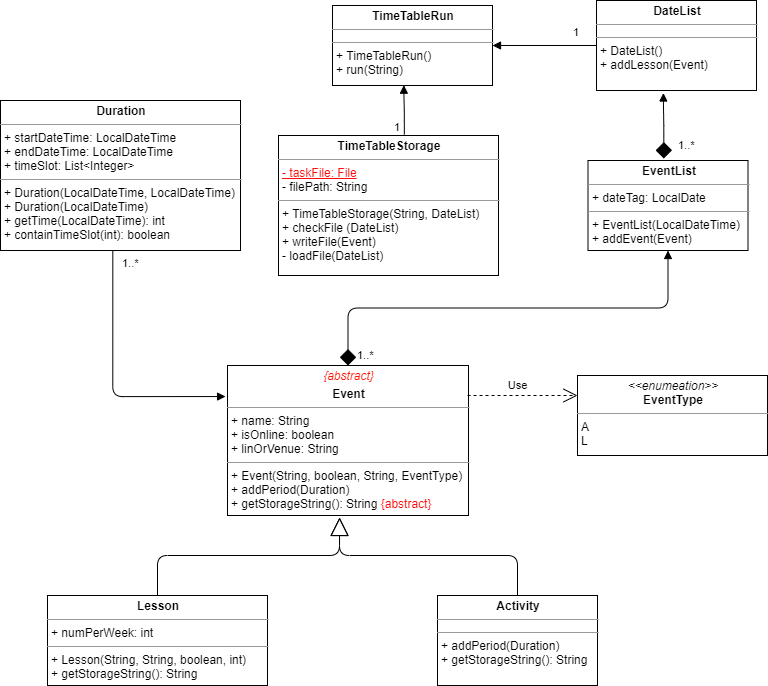
This is docs/Images/TimeTable class diagram.png from nus-cs2113-AY2021S1/tp, a draw.io export, as it was before one commit. Source tidied: cells renumbered, new cells last; positions are measured from the earlier drawing's top-left corner, leaving out a move shared by most shapes.
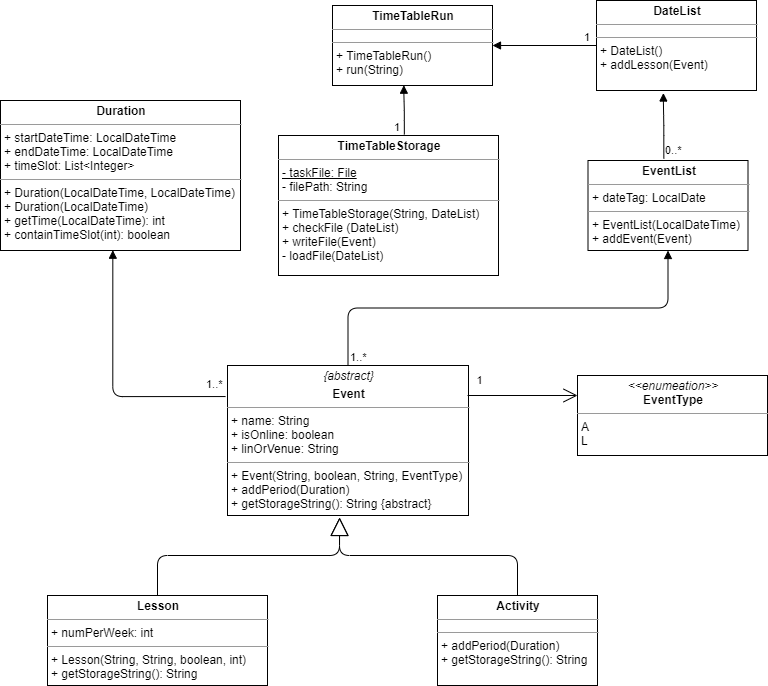
After the change.

Change to the diagram source:
```diff
@@ -2,7 +2,7 @@
   <root>
     <mxCell id="0" />
     <mxCell id="1" parent="0" />
-    <mxCell id="2" value="&lt;p style=&quot;margin: 0px ; margin-top: 4px ; text-align: center&quot;&gt;&lt;i&gt;&lt;font color=&quot;#ff1100&quot;&gt;{abstract}&lt;/font&gt;&lt;/i&gt;&lt;/p&gt;&lt;p style=&quot;margin: 0px ; margin-top: 4px ; text-align: center&quot;&gt;&lt;b&gt;Event&lt;/b&gt;&lt;/p&gt;&lt;hr size=&quot;1&quot;&gt;&lt;p style=&quot;margin: 0px ; margin-left: 4px&quot;&gt;+ name: String&lt;br&gt;+ isOnline: boolean&lt;/p&gt;&lt;p style=&quot;margin: 0px ; margin-left: 4px&quot;&gt;+ linOrVenue: String&lt;/p&gt;&lt;hr size=&quot;1&quot;&gt;&lt;p style=&quot;margin: 0px ; margin-left: 4px&quot;&gt;+ Event(String, boolean, String, EventType)&lt;br&gt;+ addPeriod(Duration)&lt;/p&gt;&lt;p style=&quot;margin: 0px ; margin-left: 4px&quot;&gt;+ getStorageString(): String&amp;nbsp;&lt;font color=&quot;#ff0808&quot;&gt;{abstract}&lt;/font&gt;&lt;/p&gt;" style="verticalAlign=top;align=left;overflow=fill;fontSize=12;fontFamily=Helvetica;html=1;" parent="1" vertex="1">
+    <mxCell id="2" value="&lt;p style=&quot;margin: 0px ; margin-top: 4px ; text-align: center&quot;&gt;&lt;i&gt;{abstract}&lt;/i&gt;&lt;/p&gt;&lt;p style=&quot;margin: 0px ; margin-top: 4px ; text-align: center&quot;&gt;&lt;b&gt;Event&lt;/b&gt;&lt;/p&gt;&lt;hr size=&quot;1&quot;&gt;&lt;p style=&quot;margin: 0px ; margin-left: 4px&quot;&gt;+ name: String&lt;br&gt;+ isOnline: boolean&lt;/p&gt;&lt;p style=&quot;margin: 0px ; margin-left: 4px&quot;&gt;+ linOrVenue: String&lt;/p&gt;&lt;hr size=&quot;1&quot;&gt;&lt;p style=&quot;margin: 0px ; margin-left: 4px&quot;&gt;+ Event(String, boolean, String, EventType)&lt;br&gt;+ addPeriod(Duration)&lt;/p&gt;&lt;p style=&quot;margin: 0px ; margin-left: 4px&quot;&gt;+ getStorageString(): String&amp;nbsp;{abstract}&lt;/p&gt;" style="verticalAlign=top;align=left;overflow=fill;fontSize=12;fontFamily=Helvetica;html=1;" parent="1" vertex="1">
       <mxGeometry x="227" y="365" width="241" height="150" as="geometry" />
     </mxCell>
     <mxCell id="3" value="Extends" style="endArrow=block;endSize=16;endFill=0;entryX=0.465;entryY=1.013;entryDx=0;entryDy=0;entryPerimeter=0;html=1;fontColor=#FFFFFF;exitX=0.5;exitY=0;exitDx=0;exitDy=0;" parent="1" edge="1" source="5" target="2">
@@ -33,13 +33,13 @@
     <mxCell id="7" value="&lt;p style=&quot;margin: 0px ; margin-top: 4px ; text-align: center&quot;&gt;&lt;i&gt;&amp;lt;&amp;lt;enumeation&amp;gt;&amp;gt;&lt;/i&gt;&lt;br&gt;&lt;b&gt;EventType&lt;/b&gt;&lt;/p&gt;&lt;hr size=&quot;1&quot;&gt;&lt;p style=&quot;margin: 0px ; margin-left: 4px&quot;&gt;A&lt;br&gt;L&lt;/p&gt;" style="verticalAlign=top;align=left;overflow=fill;fontSize=12;fontFamily=Helvetica;html=1;strokeColor=#000000;" parent="1" vertex="1">
       <mxGeometry x="577" y="375" width="190" height="80" as="geometry" />
     </mxCell>
-    <mxCell id="8" value="Use" style="endArrow=open;endSize=12;dashed=1;html=1;fontColor=#050001;exitX=0.996;exitY=0.2;exitDx=0;exitDy=0;exitPerimeter=0;entryX=0;entryY=0.25;entryDx=0;entryDy=0;" parent="1" edge="1" source="2" target="7">
-      <mxGeometry x="-0.09" y="10" relative="1" as="geometry" />
+    <mxCell id="8" value="1" style="endArrow=open;endSize=12;html=1;fontColor=#050001;exitX=0.996;exitY=0.2;exitDx=0;exitDy=0;exitPerimeter=0;entryX=0;entryY=0.25;entryDx=0;entryDy=0;" parent="1" edge="1" source="2" target="7">
+      <mxGeometry x="-0.78" y="15" relative="1" as="geometry" />
     </mxCell>
     <mxCell id="9" value="&lt;p style=&quot;margin: 0px ; margin-top: 4px ; text-align: center&quot;&gt;&lt;b&gt;Duration&lt;/b&gt;&lt;/p&gt;&lt;hr size=&quot;1&quot;&gt;&lt;p style=&quot;margin: 0px ; margin-left: 4px&quot;&gt;+ startDateTime: LocalDateTime&lt;/p&gt;&lt;p style=&quot;margin: 0px ; margin-left: 4px&quot;&gt;+ endDateTime: LocalDateTime&lt;/p&gt;&lt;p style=&quot;margin: 0px ; margin-left: 4px&quot;&gt;+ timeSlot: List&amp;lt;Integer&amp;gt;&lt;/p&gt;&lt;hr size=&quot;1&quot;&gt;&lt;p style=&quot;margin: 0px ; margin-left: 4px&quot;&gt;+ Duration(LocalDateTime, LocalDateTime)&lt;/p&gt;&lt;p style=&quot;margin: 0px ; margin-left: 4px&quot;&gt;+ Duration(LocalDateTime)&lt;/p&gt;&lt;p style=&quot;margin: 0px ; margin-left: 4px&quot;&gt;+ getTime(LocalDateTime): int&lt;/p&gt;&lt;p style=&quot;margin: 0px ; margin-left: 4px&quot;&gt;+ containTimeSlot(int): boolean&lt;/p&gt;" style="verticalAlign=top;align=left;overflow=fill;fontSize=12;fontFamily=Helvetica;html=1;strokeColor=#000000;" parent="1" vertex="1">
       <mxGeometry y="100" width="240" height="150" as="geometry" />
     </mxCell>
-    <mxCell id="10" style="endArrow=block;endFill=1;html=1;edgeStyle=orthogonalEdgeStyle;align=left;verticalAlign=top;fontColor=#050001;entryX=-0.008;entryY=0.207;entryDx=0;entryDy=0;entryPerimeter=0;exitX=0.468;exitY=0.998;exitDx=0;exitDy=0;exitPerimeter=0;" parent="1" edge="1" source="9" target="2">
+    <mxCell id="10" style="endArrow=block;endFill=1;html=1;edgeStyle=orthogonalEdgeStyle;align=left;verticalAlign=top;fontColor=#050001;entryX=0.468;entryY=0.998;entryDx=0;entryDy=0;entryPerimeter=0;exitX=-0.008;exitY=0.207;exitDx=0;exitDy=0;exitPerimeter=0;" parent="1" edge="1" source="2" target="9">
       <mxGeometry x="-1" relative="1" as="geometry">
         <Array as="points">
           <mxPoint x="112" y="396" />
@@ -48,19 +48,17 @@
     </mxCell>
     <mxCell id="11" value="1..*" style="edgeLabel;html=1;align=left;verticalAlign=bottom;" parent="10" vertex="1">
       <mxGeometry x="-1" relative="1" as="geometry">
-        <mxPoint x="7.7" y="21.3" as="offset" />
+        <mxPoint x="-21.1" y="-4.1" as="offset" />
       </mxGeometry>
     </mxCell>
     <mxCell id="12" value="&lt;p style=&quot;margin: 0px ; margin-top: 4px ; text-align: center&quot;&gt;&lt;b&gt;EventList&lt;/b&gt;&lt;/p&gt;&lt;hr size=&quot;1&quot;&gt;&lt;p style=&quot;margin: 0px ; margin-left: 4px&quot;&gt;+ dateTag: LocalDate&lt;/p&gt;&lt;hr size=&quot;1&quot;&gt;&lt;p style=&quot;margin: 0px ; margin-left: 4px&quot;&gt;+ EventList(LocalDateTime)&lt;/p&gt;&lt;p style=&quot;margin: 0px ; margin-left: 4px&quot;&gt;+ addEvent(Event)&lt;/p&gt;" style="verticalAlign=top;align=left;overflow=fill;fontSize=12;fontFamily=Helvetica;html=1;strokeColor=#000000;" parent="1" vertex="1">
       <mxGeometry x="587.5" y="160" width="160" height="90" as="geometry" />
     </mxCell>
-    <mxCell id="13" style="endArrow=block;endFill=1;html=1;edgeStyle=orthogonalEdgeStyle;align=left;verticalAlign=top;fontColor=#050001;entryX=0.5;entryY=1;entryDx=0;entryDy=0;exitX=0.5;exitY=0;exitDx=0;exitDy=0;startArrow=diamond;startFill=1;startSize=14;" parent="1" edge="1" source="2" target="12">
+    <mxCell id="13" style="endArrow=block;endFill=1;html=1;edgeStyle=orthogonalEdgeStyle;align=left;verticalAlign=top;fontColor=#050001;entryX=0.5;entryY=1;entryDx=0;entryDy=0;exitX=0.5;exitY=0;exitDx=0;exitDy=0;" parent="1" edge="1" source="2" target="12">
       <mxGeometry x="-1" relative="1" as="geometry" />
     </mxCell>
     <mxCell id="14" value="1..*" style="edgeLabel;html=1;align=left;verticalAlign=bottom;" parent="13" vertex="1">
-      <mxGeometry x="-1" relative="1" as="geometry">
-        <mxPoint x="7.5" y="-2" as="offset" />
-      </mxGeometry>
+      <mxGeometry x="-1" relative="1" as="geometry" />
     </mxCell>
     <mxCell id="15" value="&lt;p style=&quot;margin: 0px ; margin-top: 4px ; text-align: center&quot;&gt;&lt;b&gt;DateList&lt;/b&gt;&lt;/p&gt;&lt;hr size=&quot;1&quot;&gt;&lt;p style=&quot;margin: 0px 0px 0px 4px ; line-height: 0% ; font-size: 1px&quot;&gt;&lt;br&gt;&lt;/p&gt;&lt;hr size=&quot;1&quot;&gt;&lt;p style=&quot;margin: 0px ; margin-left: 4px&quot;&gt;+ DateList()&lt;/p&gt;&lt;p style=&quot;margin: 0px ; margin-left: 4px&quot;&gt;+ addLesson(Event)&lt;/p&gt;" style="verticalAlign=top;align=left;overflow=fill;fontSize=12;fontFamily=Helvetica;html=1;strokeColor=#000000;" parent="1" vertex="1">
       <mxGeometry x="596" width="160" height="90" as="geometry" />
@@ -68,26 +66,24 @@
     <mxCell id="16" value="&lt;span style=&quot;color: rgba(0 , 0 , 0 , 0) ; font-family: monospace ; font-size: 0px&quot;&gt;%3CmxGraphModel%3E%3Croot%3E%3CmxCell%20id%3D%220%22%2F%3E%3CmxCell%20id%3D%221%22%20parent%3D%220%22%2F%3E%3CmxCell%20id%3D%222%22%20value%3D%22%22%20style%3D%22endArrow%3Dblock%3BendFill%3D1%3Bhtml%3D1%3BedgeStyle%3DorthogonalEdgeStyle%3Balign%3Dleft%3BverticalAlign%3Dtop%3BfontColor%3D%23050001%3BentryX%3D0.5%3BentryY%3D1%3BentryDx%3D0%3BentryDy%3D0%3BexitX%3D0.5%3BexitY%3D0%3BexitDx%3D0%3BexitDy%3D0%3B%22%20edge%3D%221%22%20parent%3D%221%22%3E%3CmxGeometry%20x%3D%22-1%22%20relative%3D%221%22%20as%3D%22geometry%22%3E%3CmxPoint%20x%3D%22265.5%22%20y%3D%22525%22%20as%3D%22sourcePoint%22%2F%3E%3CmxPoint%20x%3D%22265%22%20y%3D%22415%22%20as%3D%22targetPoint%22%2F%3E%3C%2FmxGeometry%3E%3C%2FmxCell%3E%3CmxCell%20id%3D%223%22%20value%3D%221..*%22%20style%3D%22edgeLabel%3Bresizable%3D0%3Bhtml%3D1%3Balign%3Dleft%3BverticalAlign%3Dbottom%3B%22%20connectable%3D%220%22%20vertex%3D%221%22%20parent%3D%222%22%3E%3CmxGeometry%20x%3D%22-1%22%20relative%3D%221%22%20as%3D%22geometry%22%2F%3E%3C%2FmxCell%3E%3C%2Froot%3E%3C%2FmxGraphModel%3E&lt;/span&gt;" style="text;html=1;align=center;verticalAlign=middle;fontColor=#050001;" parent="1" vertex="1">
       <mxGeometry x="692" y="70" width="20" height="20" as="geometry" />
     </mxCell>
-    <mxCell id="17" style="endArrow=block;endFill=1;html=1;edgeStyle=orthogonalEdgeStyle;align=left;verticalAlign=top;fontColor=#050001;entryX=0.418;entryY=1.028;entryDx=0;entryDy=0;exitX=0.474;exitY=-0.022;exitDx=0;exitDy=0;exitPerimeter=0;entryPerimeter=0;startArrow=diamond;startFill=1;startSize=14;" parent="1" edge="1" source="12" target="15">
+    <mxCell id="17" style="endArrow=block;endFill=1;html=1;edgeStyle=orthogonalEdgeStyle;align=left;verticalAlign=top;fontColor=#050001;entryX=0.418;entryY=1.028;entryDx=0;entryDy=0;exitX=0.474;exitY=-0.022;exitDx=0;exitDy=0;exitPerimeter=0;entryPerimeter=0;" parent="1" edge="1" source="12" target="15">
       <mxGeometry x="-1" relative="1" as="geometry" />
     </mxCell>
-    <mxCell id="18" value="1..*" style="edgeLabel;html=1;align=left;verticalAlign=bottom;" parent="17" vertex="1">
-      <mxGeometry x="-1" relative="1" as="geometry">
-        <mxPoint x="12.7" y="-5" as="offset" />
-      </mxGeometry>
+    <mxCell id="18" value="0..*" style="edgeLabel;html=1;align=left;verticalAlign=bottom;" parent="17" vertex="1">
+      <mxGeometry x="-1" relative="1" as="geometry" />
     </mxCell>
     <mxCell id="19" value="&lt;p style=&quot;margin: 0px ; margin-top: 4px ; text-align: center&quot;&gt;&lt;b&gt;TimeTableRun&lt;/b&gt;&lt;/p&gt;&lt;hr size=&quot;1&quot;&gt;&lt;p style=&quot;margin: 0px 0px 0px 4px ; line-height: 0%&quot;&gt;&lt;br&gt;&lt;/p&gt;&lt;hr size=&quot;1&quot;&gt;&lt;p style=&quot;margin: 0px ; margin-left: 4px&quot;&gt;+ TimeTableRun()&lt;/p&gt;&lt;p style=&quot;margin: 0px ; margin-left: 4px&quot;&gt;+ run(String)&lt;/p&gt;" style="verticalAlign=top;align=left;overflow=fill;fontSize=12;fontFamily=Helvetica;html=1;strokeColor=#000000;" parent="1" vertex="1">
       <mxGeometry x="332" y="5" width="160" height="80" as="geometry" />
     </mxCell>
-    <mxCell id="20" style="endArrow=block;endFill=1;html=1;edgeStyle=orthogonalEdgeStyle;align=left;verticalAlign=top;fontColor=#050001;entryX=1;entryY=0.5;entryDx=0;entryDy=0;exitX=0;exitY=0.5;exitDx=0;exitDy=0;startArrow=none;startFill=0;endSize=6;startSize=14;" parent="1" edge="1" source="15" target="19">
+    <mxCell id="20" style="endArrow=block;endFill=1;html=1;edgeStyle=orthogonalEdgeStyle;align=left;verticalAlign=top;fontColor=#050001;entryX=1;entryY=0.5;entryDx=0;entryDy=0;exitX=0;exitY=0.5;exitDx=0;exitDy=0;" parent="1" edge="1" source="15" target="19">
       <mxGeometry x="-1" relative="1" as="geometry" />
     </mxCell>
     <mxCell id="21" value="1" style="edgeLabel;html=1;align=left;verticalAlign=bottom;" parent="20" vertex="1">
       <mxGeometry x="-1" relative="1" as="geometry">
-        <mxPoint x="-25" y="-5" as="offset" />
+        <mxPoint x="-14" as="offset" />
       </mxGeometry>
     </mxCell>
-    <mxCell id="22" value="&lt;p style=&quot;margin: 0px ; margin-top: 4px ; text-align: center&quot;&gt;&lt;b&gt;TimeTableStorage&lt;/b&gt;&lt;/p&gt;&lt;hr size=&quot;1&quot;&gt;&lt;p style=&quot;margin: 0px ; margin-left: 4px&quot;&gt;&lt;u&gt;&lt;font color=&quot;#ff0d0d&quot;&gt;- taskFile: File&lt;/font&gt;&lt;/u&gt;&lt;/p&gt;&lt;p style=&quot;margin: 0px ; margin-left: 4px&quot;&gt;- filePath: String&lt;/p&gt;&lt;hr size=&quot;1&quot;&gt;&lt;p style=&quot;margin: 0px ; margin-left: 4px&quot;&gt;+ TimeTableStorage(String, DateList)&lt;/p&gt;&lt;p style=&quot;margin: 0px ; margin-left: 4px&quot;&gt;+ checkFile (DateList)&lt;/p&gt;&lt;p style=&quot;margin: 0px ; margin-left: 4px&quot;&gt;+ writeFile(Event)&lt;/p&gt;&lt;p style=&quot;margin: 0px ; margin-left: 4px&quot;&gt;- loadFile(DateList)&lt;/p&gt;" style="verticalAlign=top;align=left;overflow=fill;fontSize=12;fontFamily=Helvetica;html=1;strokeColor=#000000;" parent="1" vertex="1">
+    <mxCell id="22" value="&lt;p style=&quot;margin: 0px ; margin-top: 4px ; text-align: center&quot;&gt;&lt;b&gt;TimeTableStorage&lt;/b&gt;&lt;/p&gt;&lt;hr size=&quot;1&quot;&gt;&lt;p style=&quot;margin: 0px ; margin-left: 4px&quot;&gt;&lt;u&gt;- taskFile: File&lt;/u&gt;&lt;/p&gt;&lt;p style=&quot;margin: 0px ; margin-left: 4px&quot;&gt;- filePath: String&lt;/p&gt;&lt;hr size=&quot;1&quot;&gt;&lt;p style=&quot;margin: 0px ; margin-left: 4px&quot;&gt;+ TimeTableStorage(String, DateList)&lt;/p&gt;&lt;p style=&quot;margin: 0px ; margin-left: 4px&quot;&gt;+ checkFile (DateList)&lt;/p&gt;&lt;p style=&quot;margin: 0px ; margin-left: 4px&quot;&gt;+ writeFile(Event)&lt;/p&gt;&lt;p style=&quot;margin: 0px ; margin-left: 4px&quot;&gt;- loadFile(DateList)&lt;/p&gt;" style="verticalAlign=top;align=left;overflow=fill;fontSize=12;fontFamily=Helvetica;html=1;strokeColor=#000000;" parent="1" vertex="1">
       <mxGeometry x="278" y="135" width="220" height="140" as="geometry" />
     </mxCell>
     <mxCell id="23" style="endArrow=block;endFill=1;html=1;edgeStyle=orthogonalEdgeStyle;align=left;verticalAlign=top;fontColor=#050001;entryX=0.446;entryY=0.996;entryDx=0;entryDy=0;exitX=0.572;exitY=-0.007;exitDx=0;exitDy=0;entryPerimeter=0;exitPerimeter=0;" parent="1" edge="1" source="22" target="19">
```
